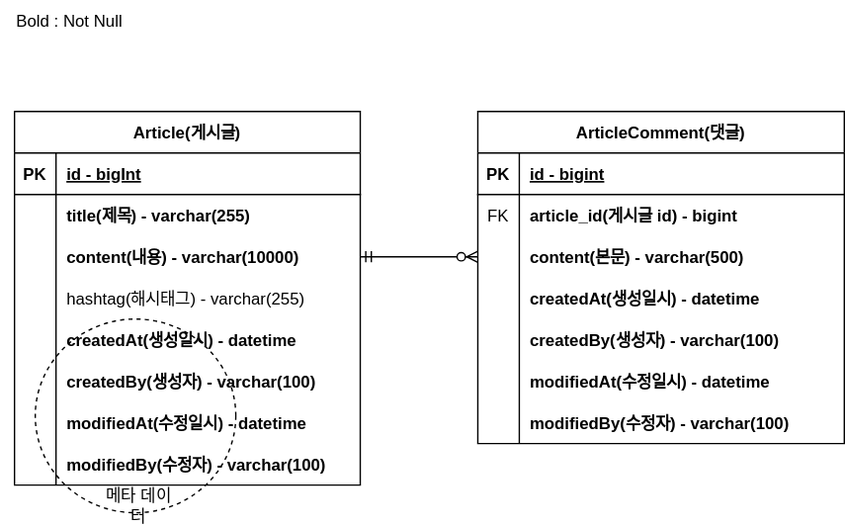
The draw.io diagram document/project-board-erd.svg in hhongyeahh/project-board, before a commit. Source tidied: cells renumbered, new cells last; positions are measured from the earlier drawing's top-left corner, leaving out a move shared by most shapes.
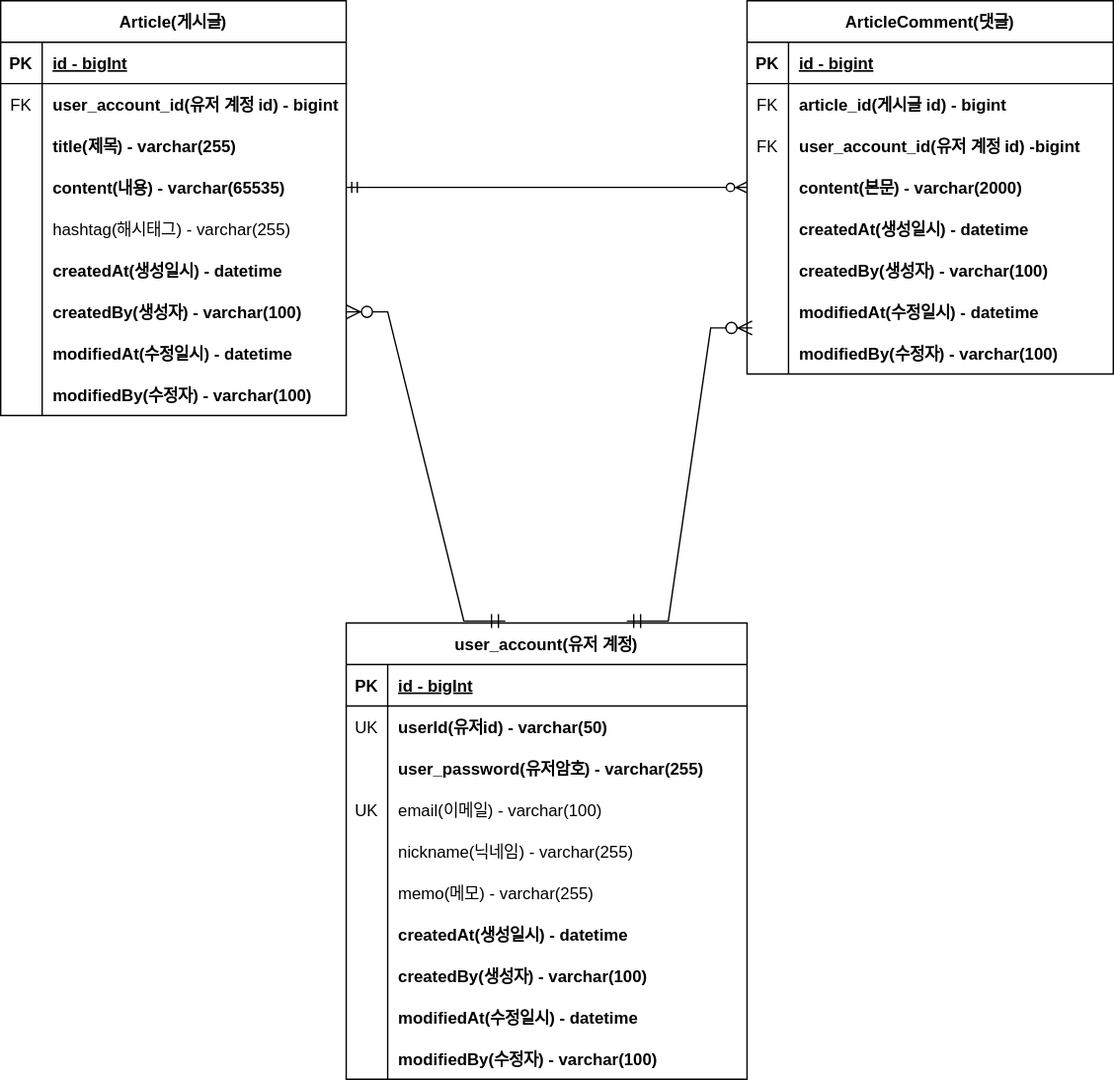
After the commit.

Commit message:
project-board-erd user_account 업데이트

What changed in the source:
```diff
@@ -3,7 +3,7 @@
     <mxCell id="0" />
     <mxCell id="1" parent="0" />
     <mxCell id="2" value="Article(게시글)" style="shape=table;startSize=30;rowLines=0;fontStyle=1;align=center;" parent="1" vertex="1">
-      <mxGeometry x="10" y="80" width="250" height="270" as="geometry" />
+      <mxGeometry x="10" y="80" width="250" height="300" as="geometry" />
     </mxCell>
     <mxCell id="3" style="shape=partialRectangle;fillColor=none;top=0;left=0;right=0;bottom=1;" parent="2" vertex="1">
       <mxGeometry y="30" width="250" height="30" as="geometry" />
@@ -17,23 +17,32 @@
     <mxCell id="6" style="shape=partialRectangle;fillColor=none;top=0;left=0;right=0;bottom=0;" parent="2" vertex="1">
       <mxGeometry y="60" width="250" height="30" as="geometry" />
     </mxCell>
-    <mxCell id="7" style="shape=partialRectangle;overflow=hidden;fillColor=none;top=0;left=0;bottom=0;right=0;" parent="6" vertex="1">
+    <mxCell id="7" value="FK" style="shape=partialRectangle;overflow=hidden;fillColor=none;top=0;left=0;bottom=0;right=0;" parent="6" vertex="1">
       <mxGeometry width="30" height="30" as="geometry" />
     </mxCell>
-    <mxCell id="8" value="title(제목) - varchar(255) " style="shape=partialRectangle;overflow=hidden;fillColor=none;top=0;left=0;bottom=0;right=0;align=left;spacingLeft=6;fontStyle=1;" parent="6" vertex="1">
+    <mxCell id="8" value="user_account_id(유저 계정 id) - bigint" style="shape=partialRectangle;overflow=hidden;fillColor=none;top=0;left=0;bottom=0;right=0;align=left;spacingLeft=6;fontStyle=1;" parent="6" vertex="1">
       <mxGeometry x="30" width="220" height="30" as="geometry" />
     </mxCell>
+    <mxCell id="53" style="shape=partialRectangle;fillColor=none;top=0;left=0;right=0;bottom=0;" parent="2" vertex="1">
+      <mxGeometry y="90" width="250" height="30" as="geometry" />
+    </mxCell>
+    <mxCell id="54" style="shape=partialRectangle;overflow=hidden;fillColor=none;top=0;left=0;bottom=0;right=0;" parent="53" vertex="1">
+      <mxGeometry width="30" height="30" as="geometry" />
+    </mxCell>
+    <mxCell id="55" value="title(제목) - varchar(255) " style="shape=partialRectangle;overflow=hidden;fillColor=none;top=0;left=0;bottom=0;right=0;align=left;spacingLeft=6;fontStyle=1;" parent="53" vertex="1">
+      <mxGeometry x="30" width="220" height="30" as="geometry" />
+    </mxCell>
     <mxCell id="9" style="shape=partialRectangle;fillColor=none;points=[[0,0.5],[1,0.5]];portConstraint=eastwest;top=0;left=0;right=0;bottom=0;" parent="2" vertex="1">
-      <mxGeometry y="90" width="250" height="30" as="geometry" />
+      <mxGeometry y="120" width="250" height="30" as="geometry" />
     </mxCell>
     <mxCell id="10" style="shape=partialRectangle;overflow=hidden;fillColor=none;top=0;left=0;bottom=0;right=0;" parent="9" vertex="1">
       <mxGeometry width="30" height="30" as="geometry" />
     </mxCell>
-    <mxCell id="11" value="content(내용) - varchar(10000)" style="shape=partialRectangle;overflow=hidden;fillColor=none;top=0;left=0;bottom=0;right=0;align=left;spacingLeft=6;fontStyle=1;" parent="9" vertex="1">
+    <mxCell id="11" value="content(내용) - varchar(65535)" style="shape=partialRectangle;overflow=hidden;fillColor=none;top=0;left=0;bottom=0;right=0;align=left;spacingLeft=6;fontStyle=1;" parent="9" vertex="1">
       <mxGeometry x="30" width="220" height="30" as="geometry" />
     </mxCell>
     <mxCell id="12" style="shape=partialRectangle;fillColor=none;top=0;left=0;right=0;bottom=0;" parent="2" vertex="1">
-      <mxGeometry y="120" width="250" height="30" as="geometry" />
+      <mxGeometry y="150" width="250" height="30" as="geometry" />
     </mxCell>
     <mxCell id="13" style="shape=partialRectangle;overflow=hidden;fillColor=none;top=0;left=0;bottom=0;right=0;" parent="12" vertex="1">
       <mxGeometry width="30" height="30" as="geometry" />
@@ -42,7 +51,7 @@
       <mxGeometry x="30" width="220" height="30" as="geometry" />
     </mxCell>
     <mxCell id="15" style="shape=partialRectangle;fillColor=none;top=0;left=0;right=0;bottom=0;" parent="2" vertex="1">
-      <mxGeometry y="150" width="250" height="30" as="geometry" />
+      <mxGeometry y="180" width="250" height="30" as="geometry" />
     </mxCell>
     <mxCell id="16" style="shape=partialRectangle;overflow=hidden;fillColor=none;top=0;left=0;bottom=0;right=0;" parent="15" vertex="1">
       <mxGeometry width="30" height="30" as="geometry" />
@@ -51,7 +60,7 @@
       <mxGeometry x="30" width="220" height="30" as="geometry" />
     </mxCell>
     <mxCell id="18" style="shape=partialRectangle;fillColor=none;points=[[0,0.5],[1,0.5]];portConstraint=eastwest;top=0;left=0;right=0;bottom=0;" parent="2" vertex="1">
-      <mxGeometry y="180" width="250" height="30" as="geometry" />
+      <mxGeometry y="210" width="250" height="30" as="geometry" />
     </mxCell>
     <mxCell id="19" style="shape=partialRectangle;overflow=hidden;fillColor=none;top=0;left=0;bottom=0;right=0;" parent="18" vertex="1">
       <mxGeometry width="30" height="30" as="geometry" />
@@ -60,7 +69,7 @@
       <mxGeometry x="30" width="220" height="30" as="geometry" />
     </mxCell>
     <mxCell id="21" style="shape=partialRectangle;fillColor=none;top=0;left=0;right=0;bottom=0;" parent="2" vertex="1">
-      <mxGeometry y="210" width="250" height="30" as="geometry" />
+      <mxGeometry y="240" width="250" height="30" as="geometry" />
     </mxCell>
     <mxCell id="22" style="shape=partialRectangle;overflow=hidden;fillColor=none;top=0;left=0;bottom=0;right=0;" parent="21" vertex="1">
       <mxGeometry width="30" height="30" as="geometry" />
@@ -69,7 +78,7 @@
       <mxGeometry x="30" width="220" height="30" as="geometry" />
     </mxCell>
     <mxCell id="24" style="shape=partialRectangle;fillColor=none;top=0;left=0;right=0;bottom=0;" parent="2" vertex="1">
-      <mxGeometry y="240" width="250" height="30" as="geometry" />
+      <mxGeometry y="270" width="250" height="30" as="geometry" />
     </mxCell>
     <mxCell id="25" style="shape=partialRectangle;overflow=hidden;fillColor=none;top=0;left=0;bottom=0;right=0;" parent="24" vertex="1">
       <mxGeometry width="30" height="30" as="geometry" />
@@ -78,7 +87,7 @@
       <mxGeometry x="30" width="220" height="30" as="geometry" />
     </mxCell>
     <mxCell id="27" value="ArticleComment(댓글)" style="shape=table;startSize=30;rowLines=0;fontStyle=1;align=center;" parent="1" vertex="1">
-      <mxGeometry x="345" y="80" width="265" height="240" as="geometry" />
+      <mxGeometry x="550" y="80" width="265" height="270" as="geometry" />
     </mxCell>
     <mxCell id="28" style="shape=partialRectangle;fillColor=none;top=0;left=0;right=0;bottom=1;" parent="27" vertex="1">
       <mxGeometry y="30" width="265" height="30" as="geometry" />
@@ -98,17 +107,26 @@
     <mxCell id="33" value="article_id(게시글 id) - bigint" style="shape=partialRectangle;overflow=hidden;fillColor=none;top=0;left=0;bottom=0;right=0;align=left;spacingLeft=6;fontStyle=1;" parent="31" vertex="1">
       <mxGeometry x="30" width="235" height="30" as="geometry" />
     </mxCell>
+    <mxCell id="56" style="shape=partialRectangle;fillColor=none;top=0;left=0;right=0;bottom=0;" parent="27" vertex="1">
+      <mxGeometry y="90" width="265" height="30" as="geometry" />
+    </mxCell>
+    <mxCell id="57" value="FK" style="shape=partialRectangle;overflow=hidden;fillColor=none;top=0;left=0;bottom=0;right=0;" parent="56" vertex="1">
+      <mxGeometry width="30" height="30" as="geometry" />
+    </mxCell>
+    <mxCell id="58" value="user_account_id(유저 계정 id) -bigint" style="shape=partialRectangle;overflow=hidden;fillColor=none;top=0;left=0;bottom=0;right=0;align=left;spacingLeft=6;fontStyle=1;" parent="56" vertex="1">
+      <mxGeometry x="30" width="235" height="30" as="geometry" />
+    </mxCell>
     <mxCell id="34" style="shape=partialRectangle;fillColor=none;points=[[0,0.5],[1,0.5]];portConstraint=eastwest;top=0;left=0;right=0;bottom=0;" parent="27" vertex="1">
-      <mxGeometry y="90" width="265" height="30" as="geometry" />
+      <mxGeometry y="120" width="265" height="30" as="geometry" />
     </mxCell>
     <mxCell id="35" style="shape=partialRectangle;overflow=hidden;fillColor=none;top=0;left=0;bottom=0;right=0;" parent="34" vertex="1">
       <mxGeometry width="30" height="30" as="geometry" />
     </mxCell>
-    <mxCell id="36" value="content(본문) - varchar(500)" style="shape=partialRectangle;overflow=hidden;fillColor=none;top=0;left=0;bottom=0;right=0;align=left;spacingLeft=6;fontStyle=1;" parent="34" vertex="1">
+    <mxCell id="36" value="content(본문) - varchar(2000)" style="shape=partialRectangle;overflow=hidden;fillColor=none;top=0;left=0;bottom=0;right=0;align=left;spacingLeft=6;fontStyle=1;" parent="34" vertex="1">
       <mxGeometry x="30" width="235" height="30" as="geometry" />
     </mxCell>
     <mxCell id="37" style="shape=partialRectangle;fillColor=none;top=0;left=0;right=0;bottom=0;" parent="27" vertex="1">
-      <mxGeometry y="120" width="265" height="30" as="geometry" />
+      <mxGeometry y="150" width="265" height="30" as="geometry" />
     </mxCell>
     <mxCell id="38" style="shape=partialRectangle;overflow=hidden;fillColor=none;top=0;left=0;bottom=0;right=0;" parent="37" vertex="1">
       <mxGeometry width="30" height="30" as="geometry" />
@@ -117,7 +135,7 @@
       <mxGeometry x="30" width="235" height="30" as="geometry" />
     </mxCell>
     <mxCell id="40" style="shape=partialRectangle;fillColor=none;top=0;left=0;right=0;bottom=0;" parent="27" vertex="1">
-      <mxGeometry y="150" width="265" height="30" as="geometry" />
+      <mxGeometry y="180" width="265" height="30" as="geometry" />
     </mxCell>
     <mxCell id="41" style="shape=partialRectangle;overflow=hidden;fillColor=none;top=0;left=0;bottom=0;right=0;" parent="40" vertex="1">
       <mxGeometry width="30" height="30" as="geometry" />
@@ -126,7 +144,7 @@
       <mxGeometry x="30" width="235" height="30" as="geometry" />
     </mxCell>
     <mxCell id="43" style="shape=partialRectangle;fillColor=none;points=[[0,0.5],[1,0.5]];portConstraint=eastwest;top=0;left=0;right=0;bottom=0;" parent="27" vertex="1">
-      <mxGeometry y="180" width="265" height="30" as="geometry" />
+      <mxGeometry y="210" width="265" height="30" as="geometry" />
     </mxCell>
     <mxCell id="44" style="shape=partialRectangle;overflow=hidden;fillColor=none;top=0;left=0;bottom=0;right=0;" parent="43" vertex="1">
       <mxGeometry width="30" height="30" as="geometry" />
@@ -135,7 +153,7 @@
       <mxGeometry x="30" width="235" height="30" as="geometry" />
     </mxCell>
     <mxCell id="46" style="shape=partialRectangle;fillColor=none;top=0;left=0;right=0;bottom=0;" parent="27" vertex="1">
-      <mxGeometry y="210" width="265" height="30" as="geometry" />
+      <mxGeometry y="240" width="265" height="30" as="geometry" />
     </mxCell>
     <mxCell id="47" style="shape=partialRectangle;overflow=hidden;fillColor=none;top=0;left=0;bottom=0;right=0;" parent="46" vertex="1">
       <mxGeometry width="30" height="30" as="geometry" />
@@ -146,14 +164,109 @@
     <mxCell id="49" style="edgeStyle=entityRelationEdgeStyle;fontSize=12;html=1;endArrow=ERzeroToMany;startArrow=ERmandOne;rounded=0;exitX=1;exitY=0.5;exitDx=0;exitDy=0;entryX=0;entryY=0.5;entryDx=0;entryDy=0;" parent="1" edge="1" source="9" target="34">
       <mxGeometry relative="1" as="geometry" />
     </mxCell>
-    <mxCell id="50" value="Bold : Not Null" style="text;html=1;align=center;verticalAlign=middle;whiteSpace=wrap;rounded=0;" parent="1" vertex="1">
-      <mxGeometry width="100" height="30" as="geometry" />
-    </mxCell>
-    <mxCell id="51" style="ellipse;whiteSpace=wrap;html=1;fillColor=none;dashed=1;" parent="1" vertex="1">
-      <mxGeometry x="25" y="230" width="145" height="140" as="geometry" />
-    </mxCell>
-    <mxCell id="52" value="메타 데이터" style="text;html=1;align=center;verticalAlign=middle;whiteSpace=wrap;rounded=0;" parent="1" vertex="1">
-      <mxGeometry x="70" y="350" width="60" height="30" as="geometry" />
-    </mxCell>
+    <mxCell id="59" value="user_account(유저 계정)" style="shape=table;startSize=30;rowLines=0;fontStyle=1;align=center;" parent="1" vertex="1">
+      <mxGeometry x="260" y="530" width="290" height="330" as="geometry" />
+    </mxCell>
+    <mxCell id="60" style="shape=partialRectangle;fillColor=none;top=0;left=0;right=0;bottom=1;" parent="59" vertex="1">
+      <mxGeometry y="30" width="290" height="30" as="geometry" />
+    </mxCell>
+    <mxCell id="61" value="PK" style="shape=partialRectangle;overflow=hidden;fillColor=none;top=0;left=0;bottom=0;right=0;fontStyle=1;" parent="60" vertex="1">
+      <mxGeometry width="30" height="30" as="geometry" />
+    </mxCell>
+    <mxCell id="62" value="id - bigInt" style="shape=partialRectangle;overflow=hidden;fillColor=none;top=0;left=0;bottom=0;right=0;align=left;spacingLeft=6;fontStyle=5;" parent="60" vertex="1">
+      <mxGeometry x="30" width="260" height="30" as="geometry" />
+    </mxCell>
+    <mxCell id="63" style="shape=partialRectangle;fillColor=none;top=0;left=0;right=0;bottom=0;" parent="59" vertex="1">
+      <mxGeometry y="60" width="290" height="30" as="geometry" />
+    </mxCell>
+    <mxCell id="64" value="UK" style="shape=partialRectangle;overflow=hidden;fillColor=none;top=0;left=0;bottom=0;right=0;" parent="63" vertex="1">
+      <mxGeometry width="30" height="30" as="geometry" />
+    </mxCell>
+    <mxCell id="65" value="userId(유저id) - varchar(50)" style="shape=partialRectangle;overflow=hidden;fillColor=none;top=0;left=0;bottom=0;right=0;align=left;spacingLeft=6;fontStyle=1;" parent="63" vertex="1">
+      <mxGeometry x="30" width="260" height="30" as="geometry" />
+    </mxCell>
+    <mxCell id="66" style="shape=partialRectangle;fillColor=none;top=0;left=0;right=0;bottom=0;" parent="59" vertex="1">
+      <mxGeometry y="90" width="290" height="30" as="geometry" />
+    </mxCell>
+    <mxCell id="67" style="shape=partialRectangle;overflow=hidden;fillColor=none;top=0;left=0;bottom=0;right=0;" parent="66" vertex="1">
+      <mxGeometry width="30" height="30" as="geometry" />
+    </mxCell>
+    <mxCell id="68" value="user_password(유저암호) - varchar(255)" style="shape=partialRectangle;overflow=hidden;fillColor=none;top=0;left=0;bottom=0;right=0;align=left;spacingLeft=6;fontStyle=1;" parent="66" vertex="1">
+      <mxGeometry x="30" width="260" height="30" as="geometry" />
+    </mxCell>
+    <mxCell id="69" style="shape=partialRectangle;fillColor=none;top=0;left=0;right=0;bottom=0;" parent="59" vertex="1">
+      <mxGeometry y="120" width="290" height="30" as="geometry" />
+    </mxCell>
+    <mxCell id="70" value="UK" style="shape=partialRectangle;overflow=hidden;fillColor=none;top=0;left=0;bottom=0;right=0;" parent="69" vertex="1">
+      <mxGeometry width="30" height="30" as="geometry" />
+    </mxCell>
+    <mxCell id="71" value="email(이메일) - varchar(100)" style="shape=partialRectangle;overflow=hidden;fillColor=none;top=0;left=0;bottom=0;right=0;align=left;spacingLeft=6;" parent="69" vertex="1">
+      <mxGeometry x="30" width="260" height="30" as="geometry" />
+    </mxCell>
+    <mxCell id="72" style="shape=partialRectangle;fillColor=none;top=0;left=0;right=0;bottom=0;" parent="59" vertex="1">
+      <mxGeometry y="150" width="290" height="30" as="geometry" />
+    </mxCell>
+    <mxCell id="73" style="shape=partialRectangle;overflow=hidden;fillColor=none;top=0;left=0;bottom=0;right=0;" parent="72" vertex="1">
+      <mxGeometry width="30" height="30" as="geometry" />
+    </mxCell>
+    <mxCell id="74" value="nickname(닉네임) - varchar(255)" style="shape=partialRectangle;overflow=hidden;fillColor=none;top=0;left=0;bottom=0;right=0;align=left;spacingLeft=6;fontStyle=0;" parent="72" vertex="1">
+      <mxGeometry x="30" width="260" height="30" as="geometry" />
+    </mxCell>
+    <mxCell id="75" style="shape=partialRectangle;fillColor=none;top=0;left=0;right=0;bottom=0;" parent="59" vertex="1">
+      <mxGeometry y="180" width="290" height="30" as="geometry" />
+    </mxCell>
+    <mxCell id="76" style="shape=partialRectangle;overflow=hidden;fillColor=none;top=0;left=0;bottom=0;right=0;" parent="75" vertex="1">
+      <mxGeometry width="30" height="30" as="geometry" />
+    </mxCell>
+    <mxCell id="77" value="memo(메모) - varchar(255)" style="shape=partialRectangle;overflow=hidden;fillColor=none;top=0;left=0;bottom=0;right=0;align=left;spacingLeft=6;fontStyle=0;" parent="75" vertex="1">
+      <mxGeometry x="30" width="260" height="30" as="geometry" />
+    </mxCell>
+    <mxCell id="78" style="shape=partialRectangle;fillColor=none;top=0;left=0;right=0;bottom=0;" parent="59" vertex="1">
+      <mxGeometry y="210" width="290" height="30" as="geometry" />
+    </mxCell>
+    <mxCell id="79" style="shape=partialRectangle;overflow=hidden;fillColor=none;top=0;left=0;bottom=0;right=0;" parent="78" vertex="1">
+      <mxGeometry width="30" height="30" as="geometry" />
+    </mxCell>
+    <mxCell id="80" value="createdAt(생성일시) - datetime" style="shape=partialRectangle;overflow=hidden;fillColor=none;top=0;left=0;bottom=0;right=0;align=left;spacingLeft=6;fontStyle=1;" parent="78" vertex="1">
+      <mxGeometry x="30" width="260" height="30" as="geometry" />
+    </mxCell>
+    <mxCell id="81" style="shape=partialRectangle;fillColor=none;top=0;left=0;right=0;bottom=0;" parent="59" vertex="1">
+      <mxGeometry y="240" width="290" height="30" as="geometry" />
+    </mxCell>
+    <mxCell id="82" style="shape=partialRectangle;overflow=hidden;fillColor=none;top=0;left=0;bottom=0;right=0;" parent="81" vertex="1">
+      <mxGeometry width="30" height="30" as="geometry" />
+    </mxCell>
+    <mxCell id="83" value="createdBy(생성자) - varchar(100)" style="shape=partialRectangle;overflow=hidden;fillColor=none;top=0;left=0;bottom=0;right=0;align=left;spacingLeft=6;fontStyle=1;" parent="81" vertex="1">
+      <mxGeometry x="30" width="260" height="30" as="geometry" />
+    </mxCell>
+    <mxCell id="84" style="shape=partialRectangle;fillColor=none;top=0;left=0;right=0;bottom=0;" parent="59" vertex="1">
+      <mxGeometry y="270" width="290" height="30" as="geometry" />
+    </mxCell>
+    <mxCell id="85" style="shape=partialRectangle;overflow=hidden;fillColor=none;top=0;left=0;bottom=0;right=0;" parent="84" vertex="1">
+      <mxGeometry width="30" height="30" as="geometry" />
+    </mxCell>
+    <mxCell id="86" value="modifiedAt(수정일시) - datetime" style="shape=partialRectangle;overflow=hidden;fillColor=none;top=0;left=0;bottom=0;right=0;align=left;spacingLeft=6;fontStyle=1;" parent="84" vertex="1">
+      <mxGeometry x="30" width="260" height="30" as="geometry" />
+    </mxCell>
+    <mxCell id="87" style="shape=partialRectangle;fillColor=none;top=0;left=0;right=0;bottom=0;" parent="59" vertex="1">
+      <mxGeometry y="300" width="290" height="30" as="geometry" />
+    </mxCell>
+    <mxCell id="88" style="shape=partialRectangle;overflow=hidden;fillColor=none;top=0;left=0;bottom=0;right=0;" parent="87" vertex="1">
+      <mxGeometry width="30" height="30" as="geometry" />
+    </mxCell>
+    <mxCell id="89" value="modifiedBy(수정자) - varchar(100)" style="shape=partialRectangle;overflow=hidden;fillColor=none;top=0;left=0;bottom=0;right=0;align=left;spacingLeft=6;fontStyle=1;" parent="87" vertex="1">
+      <mxGeometry x="30" width="260" height="30" as="geometry" />
+    </mxCell>
+    <mxCell id="90" style="edgeStyle=entityRelationEdgeStyle;fontSize=12;html=1;endArrow=ERzeroToMany;startArrow=ERmandOne;rounded=0;startSize=8;endSize=8;curved=0;entryX=1;entryY=0.5;entryDx=0;entryDy=0;exitX=0.397;exitY=-0.004;exitDx=0;exitDy=0;exitPerimeter=0;" parent="1" edge="1" source="59" target="18">
+      <mxGeometry relative="1" as="geometry">
+        <Array as="points">
+          <mxPoint x="130" y="490" />
+          <mxPoint x="-20" y="510" />
+        </Array>
+      </mxGeometry>
+    </mxCell>
+    <mxCell id="91" style="edgeStyle=entityRelationEdgeStyle;fontSize=12;html=1;endArrow=ERzeroToMany;startArrow=ERmandOne;rounded=0;startSize=8;endSize=8;curved=0;entryX=0.014;entryY=0.889;entryDx=0;entryDy=0;entryPerimeter=0;exitX=0.7;exitY=-0.004;exitDx=0;exitDy=0;exitPerimeter=0;" parent="1" edge="1" source="59" target="43">
+      <mxGeometry relative="1" as="geometry" />
+    </mxCell>
   </root>
 </mxGraphModel>
```
